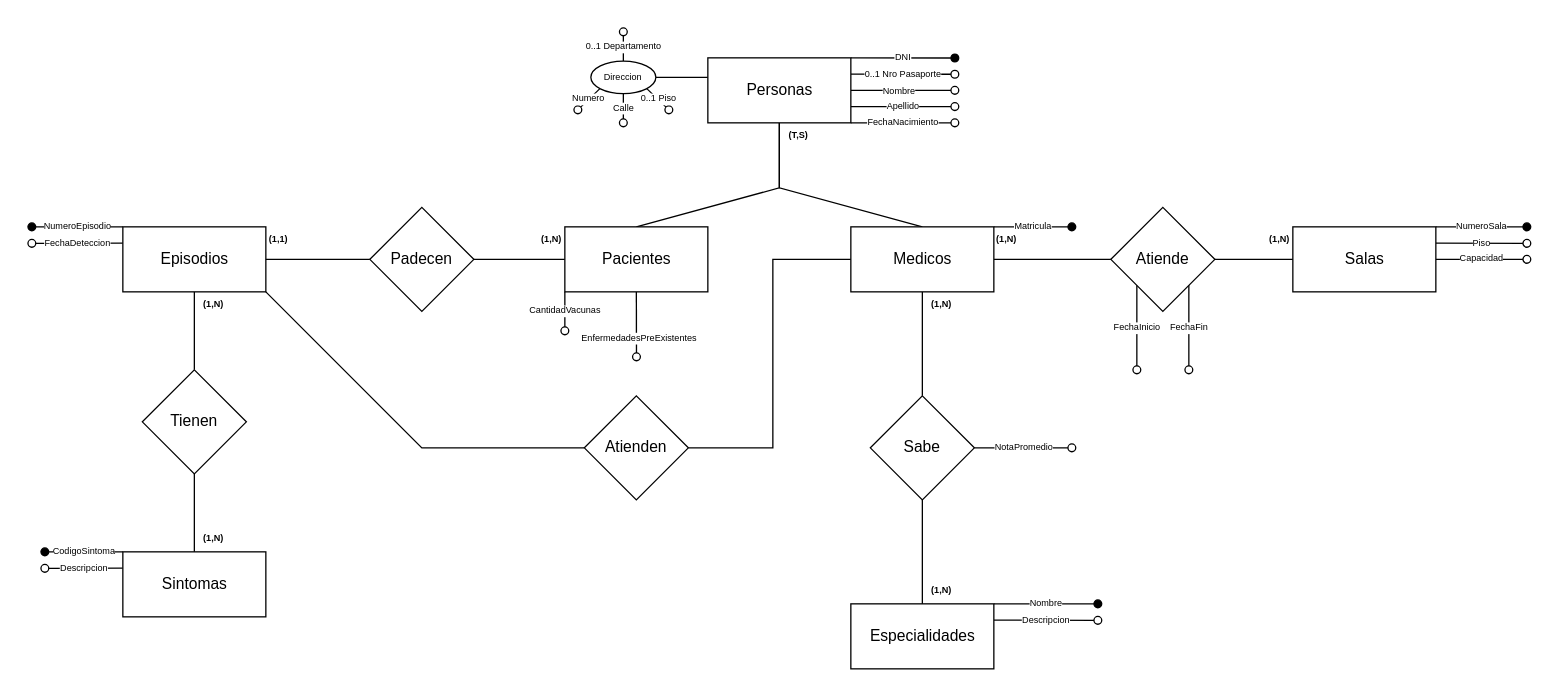
The draw.io diagram 2°Año/2°Semestre/DBD/Practicas/Practica2/Ejercicio3/Ejercicio3Conceptual.drawio in ElianDFernandez/UNLP-APU, before the edit. Source tidied: cells renumbered, new cells numbered last; positions are measured from the earlier drawing's top-left corner, leaving out a move shared by most shapes. Both pictures are drawn from the tidied source at 130%, with x=0, y=0 at pixel (31, 31).
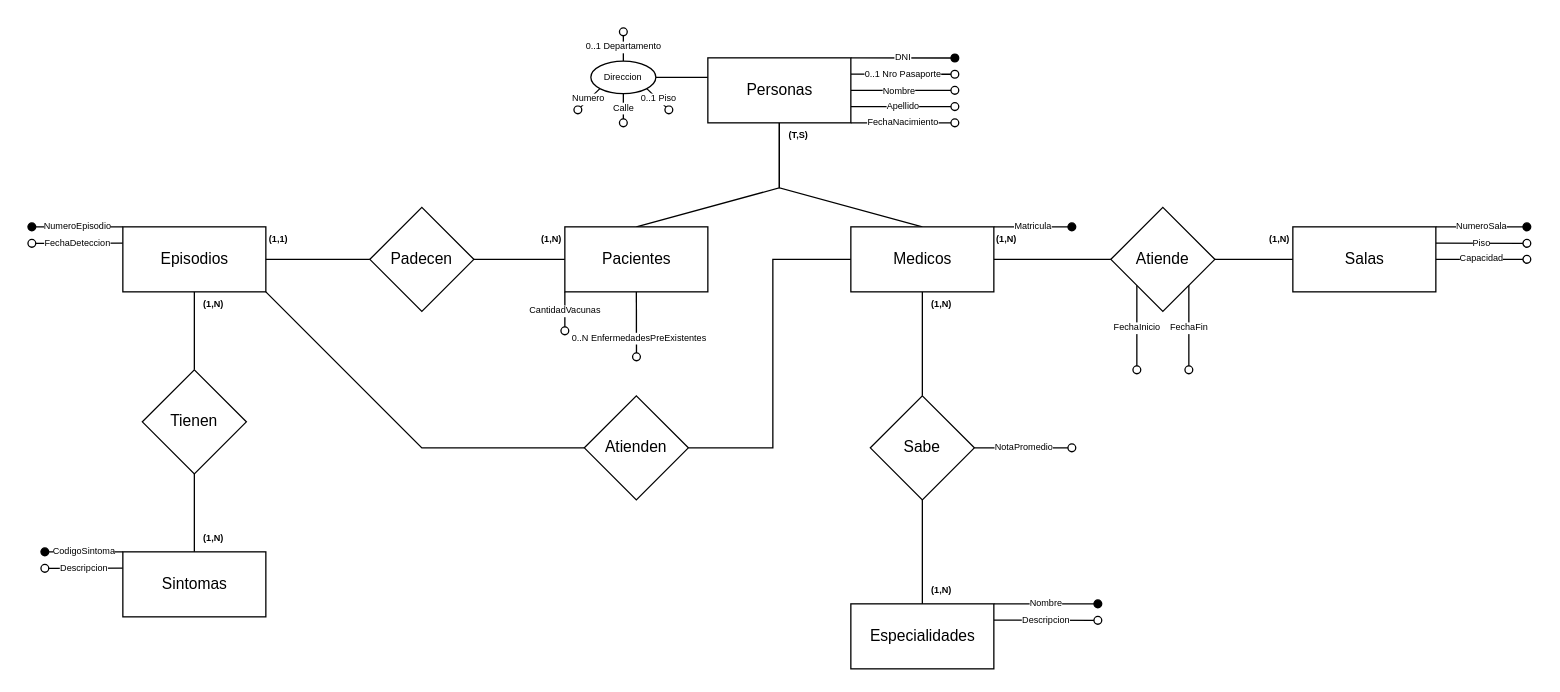
The same page after the edit.

The change refers to these unchanged cells:
```xml
<mxCell id="13" style="edgeStyle=none;rounded=0;html=1;exitX=0.5;exitY=1;exitDx=0;exitDy=0;fontSize=7;endArrow=oval;endFill=0;" parent="1" edge="1" source="15">
  <mxGeometry relative="1" as="geometry">
    <mxPoint x="465.1" y="250" as="targetPoint" />
  </mxGeometry>
</mxCell>
```

Change to the diagram source:
```diff
@@
-    <mxCell id="14" value="EnfermedadesPreExistentes" style="edgeLabel;html=1;align=center;verticalAlign=middle;fontSize=7;" parent="13" vertex="1">
+    <mxCell id="14" value="0..N EnfermedadesPreExistentes" style="edgeLabel;html=1;align=center;verticalAlign=middle;fontSize=7;" parent="13" vertex="1">
       <mxGeometry x="0.43" y="1" relative="1" as="geometry" />
     </mxCell>
```
